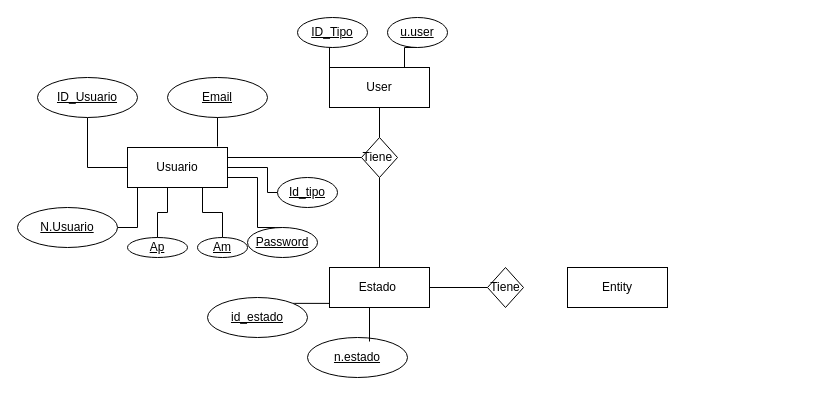
Earlier version of the draw.io diagram Practica 1 .drawio (UzielVG10/FUNDAMENTOS-E-BASE-DE-DATOS-). Source tidied: cells renumbered, new cells numbered last; positions are measured from the earlier drawing's top-left corner, leaving out a move shared by most shapes. Both pictures are drawn from the tidied source at 100%, with x=0, y=0 at pixel (17, 17).
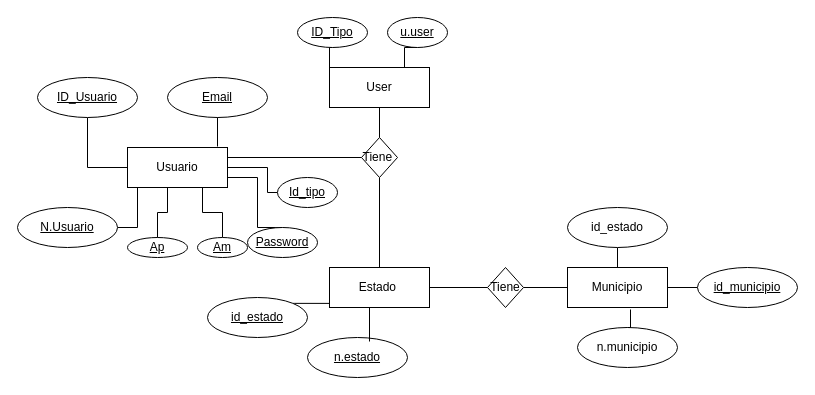
After the change.

Commit message:
Agregue la relación de municipio con sus id

The change refers to these unchanged cells:
```xml
<mxCell id="32" value="Tiene" style="shape=rhombus;perimeter=rhombusPerimeter;whiteSpace=wrap;html=1;align=center;" parent="1" vertex="1">
  <mxGeometry x="470" y="250" width="36" height="40" as="geometry" />
</mxCell>
```

What changed in the source:
```diff
@@
+    <mxCell id="34" style="edgeStyle=orthogonalEdgeStyle;rounded=0;jettySize=auto;html=1;exitX=1;exitY=0.5;exitDx=0;exitDy=0;entryX=0;entryY=0.5;entryDx=0;entryDy=0;endArrow=none;endFill=0;" parent="1" edge="1" source="32" target="33">
+      <mxGeometry relative="1" as="geometry" />
+    </mxCell>
@@
-    <mxCell id="33" value="Entity" style="whiteSpace=wrap;html=1;align=center;" parent="1" vertex="1">
+    <mxCell id="33" value="Municipio" style="whiteSpace=wrap;html=1;align=center;" parent="1" vertex="1">
       <mxGeometry x="550" y="250" width="100" height="40" as="geometry" />
     </mxCell>
+    <mxCell id="35" style="edgeStyle=orthogonalEdgeStyle;rounded=0;jettySize=auto;html=1;exitX=0.5;exitY=1;exitDx=0;exitDy=0;entryX=0.5;entryY=0;entryDx=0;entryDy=0;endArrow=none;endFill=0;" parent="1" edge="1" source="36" target="33">
+      <mxGeometry relative="1" as="geometry" />
+    </mxCell>
+    <mxCell id="36" value="id_estado" style="ellipse;whiteSpace=wrap;html=1;align=center;" parent="1" vertex="1">
+      <mxGeometry x="550" y="190" width="100" height="40" as="geometry" />
+    </mxCell>
+    <mxCell id="37" style="edgeStyle=orthogonalEdgeStyle;rounded=0;jettySize=auto;html=1;exitX=0;exitY=0.5;exitDx=0;exitDy=0;entryX=1;entryY=0.5;entryDx=0;entryDy=0;endArrow=none;endFill=0;" parent="1" edge="1" source="38" target="33">
+      <mxGeometry relative="1" as="geometry" />
+    </mxCell>
+    <mxCell id="38" value="id_municipio" style="ellipse;whiteSpace=wrap;html=1;align=center;fontStyle=4;" parent="1" vertex="1">
+      <mxGeometry x="680" y="250" width="100" height="40" as="geometry" />
+    </mxCell>
+    <mxCell id="39" value="n.municipio" style="ellipse;whiteSpace=wrap;html=1;align=center;" parent="1" vertex="1">
+      <mxGeometry x="560" y="310" width="100" height="40" as="geometry" />
+    </mxCell>
+    <mxCell id="40" style="edgeStyle=orthogonalEdgeStyle;rounded=0;jettySize=auto;html=1;exitX=0.5;exitY=0;exitDx=0;exitDy=0;entryX=0.63;entryY=1.05;entryDx=0;entryDy=0;entryPerimeter=0;endArrow=none;endFill=0;" parent="1" edge="1" source="39" target="33">
+      <mxGeometry relative="1" as="geometry" />
+    </mxCell>
```
